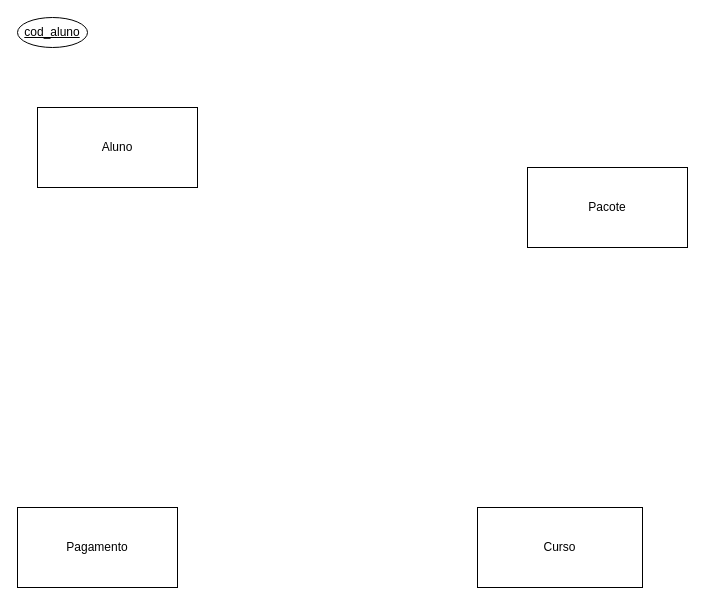
Above: Relacional DER.drawio in AugustoEnzo/StructuredQueryLanguage (draw.io), before the change. Source tidied: cells renumbered, new cells numbered last; positions are measured from the earlier drawing's top-left corner, leaving out a move shared by most shapes. Both pictures are drawn from the tidied source at 100%, with x=0, y=0 at pixel (17, 17).
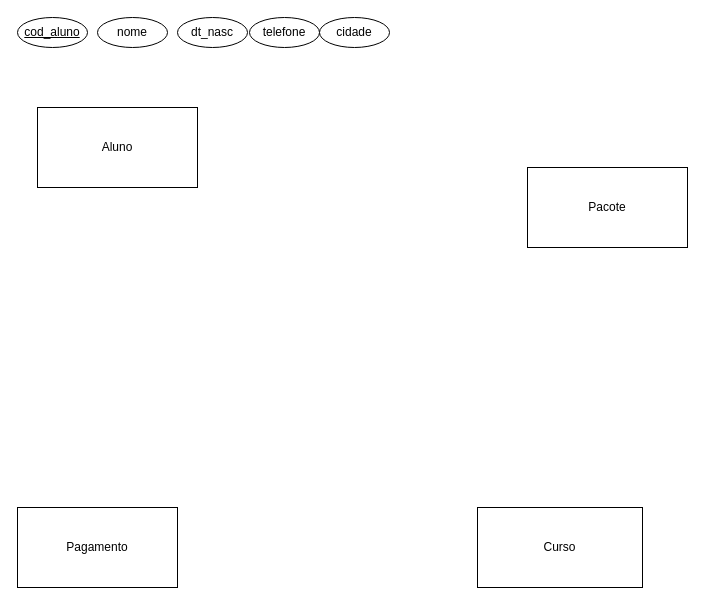
The same diagram, later.

The edit, as a diff of the source:
```diff
@@
 <mxGraphModel>
   <root>
     <mxCell id="0" />
     <mxCell id="1" parent="0" />
     <mxCell id="2" value="Aluno" style="rounded=0;whiteSpace=wrap;html=1;" parent="1" vertex="1">
       <mxGeometry x="20" y="90" width="160" height="80" as="geometry" />
     </mxCell>
     <mxCell id="3" value="Pacote" style="rounded=0;whiteSpace=wrap;html=1;" parent="1" vertex="1">
       <mxGeometry x="510" y="150" width="160" height="80" as="geometry" />
     </mxCell>
     <mxCell id="4" value="Pagamento" style="rounded=0;whiteSpace=wrap;html=1;" parent="1" vertex="1">
       <mxGeometry y="490" width="160" height="80" as="geometry" />
     </mxCell>
     <mxCell id="5" value="Curso" style="rounded=0;whiteSpace=wrap;html=1;" parent="1" vertex="1">
       <mxGeometry x="460" y="490" width="165" height="80" as="geometry" />
     </mxCell>
     <mxCell id="6" value="&lt;u&gt;cod_aluno&lt;/u&gt;" style="ellipse;whiteSpace=wrap;html=1;strokeColor=#000000;" parent="1" vertex="1">
       <mxGeometry width="70" height="30" as="geometry" />
     </mxCell>
+    <mxCell id="7" value="nome" style="ellipse;whiteSpace=wrap;html=1;strokeColor=#000000;" parent="1" vertex="1">
+      <mxGeometry x="80" width="70" height="30" as="geometry" />
+    </mxCell>
+    <mxCell id="8" value="dt_nasc" style="ellipse;whiteSpace=wrap;html=1;strokeColor=#000000;" parent="1" vertex="1">
+      <mxGeometry x="160" width="70" height="30" as="geometry" />
+    </mxCell>
+    <mxCell id="9" value="telefone" style="ellipse;whiteSpace=wrap;html=1;strokeColor=#000000;" parent="1" vertex="1">
+      <mxGeometry x="232" width="70" height="30" as="geometry" />
+    </mxCell>
+    <mxCell id="10" value="cidade" style="ellipse;whiteSpace=wrap;html=1;strokeColor=#000000;" parent="1" vertex="1">
+      <mxGeometry x="302" width="70" height="30" as="geometry" />
+    </mxCell>
   </root>
 </mxGraphModel>
```
